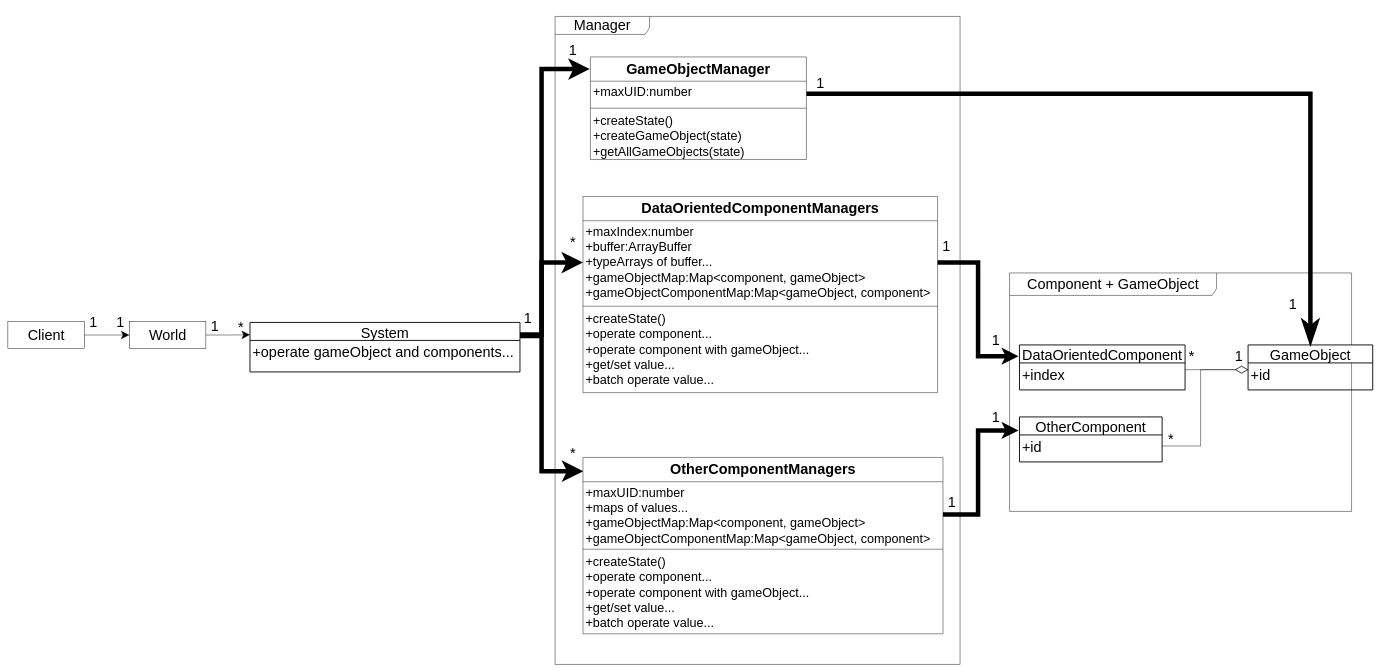
Before: packages/ECS模式/role_abstract/UML.drawio in yyc-git/3DProgramPattern, a draw.io diagram. Source tidied: cells renumbered, new cells numbered last; positions are measured from the earlier drawing's top-left corner, leaving out a move shared by most shapes. Both pictures are drawn from the tidied source at 45%, with x=0, y=0 at pixel (8, 16).
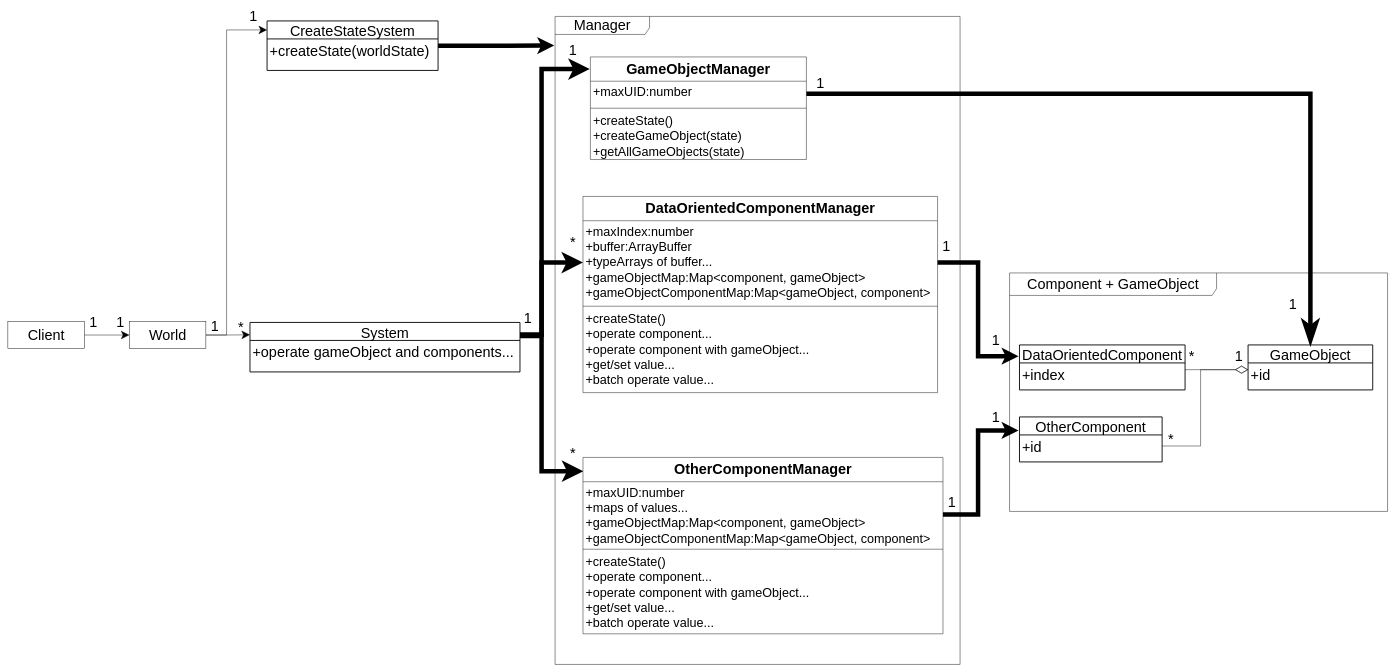
The same diagram, later.

The change refers to these unchanged cells:
```xml
<mxCell id="3" value="&lt;font style=&quot;font-size: 32px&quot;&gt;Manager&lt;/font&gt;" style="shape=umlFrame;whiteSpace=wrap;html=1;width=210;height=40;fontSize=32;" parent="1" vertex="1">
  <mxGeometry x="1216" width="900" height="1440" as="geometry" />
</mxCell>
<mxCell id="20" value="World" style="html=1;fontSize=32;" parent="1" vertex="1">
  <mxGeometry x="270" y="678" width="170" height="60" as="geometry" />
</mxCell>
```

Diff of the diagram source:
```diff
@@
     <mxCell id="4" value="&lt;font style=&quot;font-size: 32px&quot;&gt;Component + GameObject&lt;/font&gt;" style="shape=umlFrame;whiteSpace=wrap;html=1;width=460;height=50;fontSize=32;" parent="1" vertex="1">
-      <mxGeometry x="2226" y="570" width="760" height="530" as="geometry" />
+      <mxGeometry x="2226" y="570" width="840" height="530" as="geometry" />
     </mxCell>
@@
-    <mxCell id="11" value="DataOrientedComponentManagers" style="swimlane;fontStyle=1;align=center;verticalAlign=top;horizontal=1;startSize=54;fontSize=32;" parent="1" vertex="1">
+    <mxCell id="11" value="DataOrientedComponentManager" style="swimlane;fontStyle=1;align=center;verticalAlign=top;horizontal=1;startSize=54;fontSize=32;" parent="1" vertex="1">
       <mxGeometry x="1278" y="400" width="788" height="436" as="geometry" />
     </mxCell>
@@
+    <mxCell id="53" style="edgeStyle=orthogonalEdgeStyle;rounded=0;jettySize=auto;html=1;strokeWidth=1;endSize=16;startSize=16;" parent="1" edge="1" source="20">
+      <mxGeometry relative="1" as="geometry">
+        <mxPoint x="576" y="30" as="targetPoint" />
+        <Array as="points">
+          <mxPoint x="486" y="708" />
+          <mxPoint x="486" y="30" />
+        </Array>
+      </mxGeometry>
+    </mxCell>
@@
-    <mxCell id="27" value="OtherComponentManagers" style="swimlane;fontStyle=1;align=center;verticalAlign=top;horizontal=1;startSize=54;fontSize=32;" parent="1" vertex="1">
+    <mxCell id="27" value="OtherComponentManager" style="swimlane;fontStyle=1;align=center;verticalAlign=top;horizontal=1;startSize=54;fontSize=32;" parent="1" vertex="1">
       <mxGeometry x="1278" y="980" width="800" height="392" as="geometry" />
     </mxCell>
@@
+    <mxCell id="54" style="edgeStyle=orthogonalEdgeStyle;rounded=0;jettySize=auto;html=1;strokeWidth=10;entryX=-0.002;entryY=0.045;entryDx=0;entryDy=0;entryPerimeter=0;" parent="1" edge="1" source="55" target="3">
+      <mxGeometry relative="1" as="geometry" />
+    </mxCell>
+    <mxCell id="55" value="CreateStateSystem" style="swimlane;horizontal=1;startSize=40;rounded=0;fontSize=32;fontStyle=0;strokeWidth=2;shadow=0;dashed=0;align=center;" parent="1" vertex="1">
+      <mxGeometry x="576" y="10" width="380" height="110" as="geometry" />
+    </mxCell>
+    <mxCell id="56" value="+createState(worldState)" style="align=left;strokeColor=none;fillColor=none;spacingLeft=4;fontSize=32;verticalAlign=top;" parent="55" vertex="1">
+      <mxGeometry y="40" width="380" height="70" as="geometry" />
+    </mxCell>
+    <mxCell id="57" value="&lt;font style=&quot;font-size: 32px&quot;&gt;1&lt;/font&gt;" style="text;html=1;strokeColor=none;fillColor=none;align=center;verticalAlign=middle;whiteSpace=wrap;rounded=0;" parent="1" vertex="1">
+      <mxGeometry x="526" y="-10" width="40" height="20" as="geometry" />
+    </mxCell>
```
